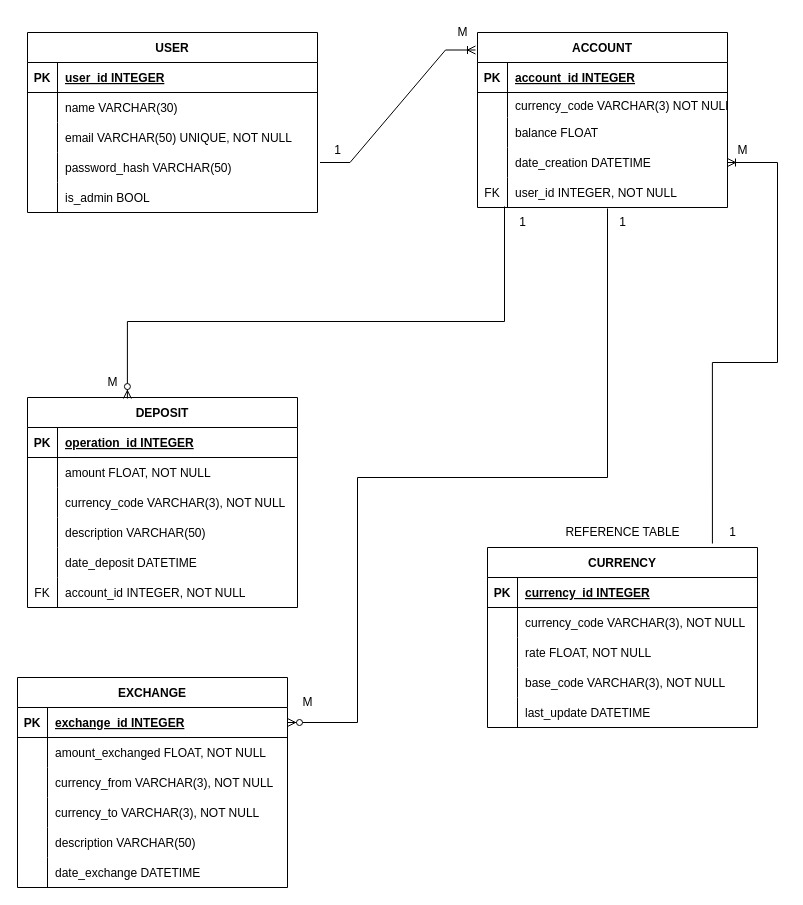
Above: Currency_exchange.drawio in danilo90lan/API_Web_Server_Currency_Exchange (draw.io), before the change. Source tidied: cells renumbered, new cells numbered last; positions are measured from the earlier drawing's top-left corner, leaving out a move shared by most shapes. Both pictures are drawn from the tidied source at 100%, with x=0, y=0 at pixel (17, 17).
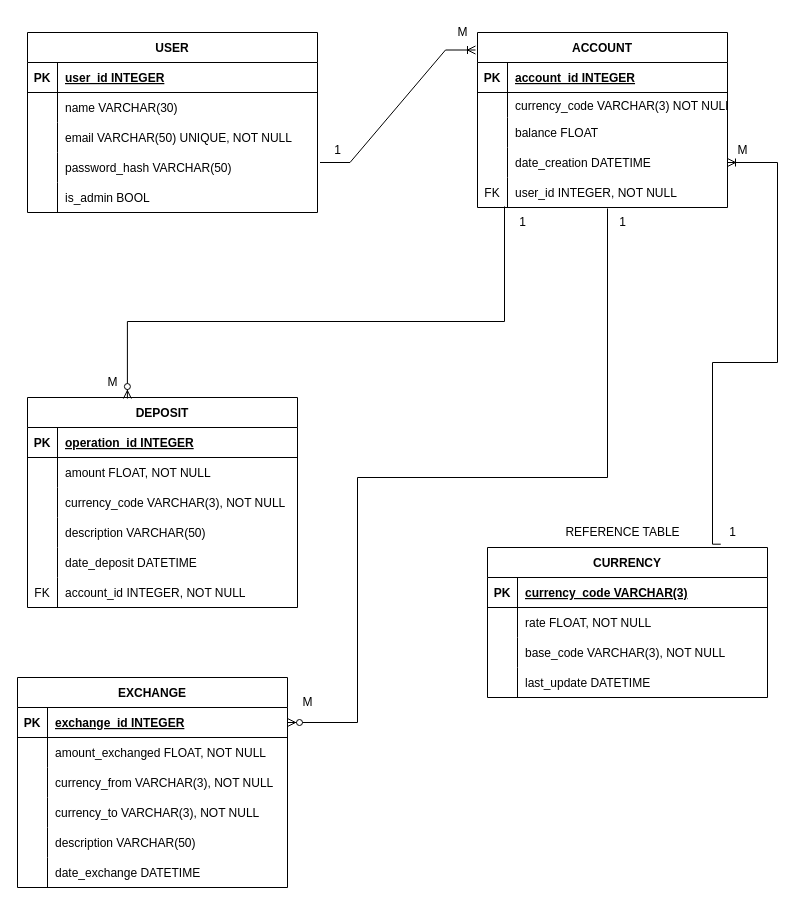
After the change.

Diff of the diagram source:
```diff
@@
     <mxCell id="78" value="CURRENCY" style="shape=table;startSize=30;childLayout=tableLayout;rowLines=0;fontStyle=1;align=center;" parent="1" vertex="1">
-      <mxGeometry x="470" y="530" width="270" height="180" as="geometry" />
+      <mxGeometry x="470" y="530" width="280" height="150" as="geometry" />
     </mxCell>
     <mxCell id="79" style="shape=partialRectangle;fillColor=none;top=0;left=0;right=0;bottom=1;" parent="78" vertex="1">
-      <mxGeometry y="30" width="270" height="30" as="geometry" />
+      <mxGeometry y="30" width="280" height="30" as="geometry" />
     </mxCell>
@@
-    <mxCell id="81" value="currency_id INTEGER" style="shape=partialRectangle;overflow=hidden;fillColor=none;top=0;left=0;bottom=0;right=0;align=left;spacingLeft=6;fontStyle=5;" parent="79" vertex="1">
-      <mxGeometry x="30" width="240" height="30" as="geometry" />
+    <mxCell id="81" value="currency_code VARCHAR(3)" style="shape=partialRectangle;overflow=hidden;fillColor=none;top=0;left=0;bottom=0;right=0;align=left;spacingLeft=6;fontStyle=5;" parent="79" vertex="1">
+      <mxGeometry x="30" width="250" height="30" as="geometry" />
     </mxCell>
     <mxCell id="82" style="shape=partialRectangle;fillColor=none;top=0;left=0;right=0;bottom=0;" parent="78" vertex="1">
-      <mxGeometry y="60" width="270" height="30" as="geometry" />
+      <mxGeometry y="60" width="280" height="30" as="geometry" />
     </mxCell>
@@
-    <mxCell id="84" value="currency_code VARCHAR(3), NOT NULL" style="shape=partialRectangle;overflow=hidden;fillColor=none;top=0;left=0;bottom=0;right=0;align=left;spacingLeft=6;" parent="82" vertex="1">
-      <mxGeometry x="30" width="240" height="30" as="geometry" />
+    <mxCell id="84" value="rate FLOAT, NOT NULL" style="shape=partialRectangle;overflow=hidden;fillColor=none;top=0;left=0;bottom=0;right=0;align=left;spacingLeft=6;" parent="82" vertex="1">
+      <mxGeometry x="30" width="250" height="30" as="geometry" />
     </mxCell>
     <mxCell id="85" style="shape=partialRectangle;fillColor=none;top=0;left=0;right=0;bottom=0;" parent="78" vertex="1">
-      <mxGeometry y="90" width="270" height="30" as="geometry" />
+      <mxGeometry y="90" width="280" height="30" as="geometry" />
     </mxCell>
@@
-    <mxCell id="87" value="rate FLOAT, NOT NULL" style="shape=partialRectangle;overflow=hidden;fillColor=none;top=0;left=0;bottom=0;right=0;align=left;spacingLeft=6;" parent="85" vertex="1">
-      <mxGeometry x="30" width="240" height="30" as="geometry" />
+    <mxCell id="87" value="base_code VARCHAR(3), NOT NULL" style="shape=partialRectangle;overflow=hidden;fillColor=none;top=0;left=0;bottom=0;right=0;align=left;spacingLeft=6;" parent="85" vertex="1">
+      <mxGeometry x="30" width="250" height="30" as="geometry" />
     </mxCell>
     <mxCell id="88" style="shape=partialRectangle;fillColor=none;top=0;left=0;right=0;bottom=0;" parent="78" vertex="1">
-      <mxGeometry y="120" width="270" height="30" as="geometry" />
+      <mxGeometry y="120" width="280" height="30" as="geometry" />
     </mxCell>
@@
-    <mxCell id="90" value="base_code VARCHAR(3), NOT NULL" style="shape=partialRectangle;overflow=hidden;fillColor=none;top=0;left=0;bottom=0;right=0;align=left;spacingLeft=6;" parent="88" vertex="1">
-      <mxGeometry x="30" width="240" height="30" as="geometry" />
+    <mxCell id="90" value="last_update DATETIME" style="shape=partialRectangle;overflow=hidden;fillColor=none;top=0;left=0;bottom=0;right=0;align=left;spacingLeft=6;" parent="88" vertex="1">
+      <mxGeometry x="30" width="250" height="30" as="geometry" />
     </mxCell>
-    <mxCell id="91" style="shape=partialRectangle;fillColor=none;top=0;left=0;right=0;bottom=0;" parent="78" vertex="1">
-      <mxGeometry y="150" width="270" height="30" as="geometry" />
-    </mxCell>
-    <mxCell id="92" style="shape=partialRectangle;overflow=hidden;fillColor=none;top=0;left=0;bottom=0;right=0;" parent="91" vertex="1">
-      <mxGeometry width="30" height="30" as="geometry" />
-    </mxCell>
-    <mxCell id="93" value="last_update DATETIME" style="shape=partialRectangle;overflow=hidden;fillColor=none;top=0;left=0;bottom=0;right=0;align=left;spacingLeft=6;" parent="91" vertex="1">
-      <mxGeometry x="30" width="240" height="30" as="geometry" />
-    </mxCell>
```
